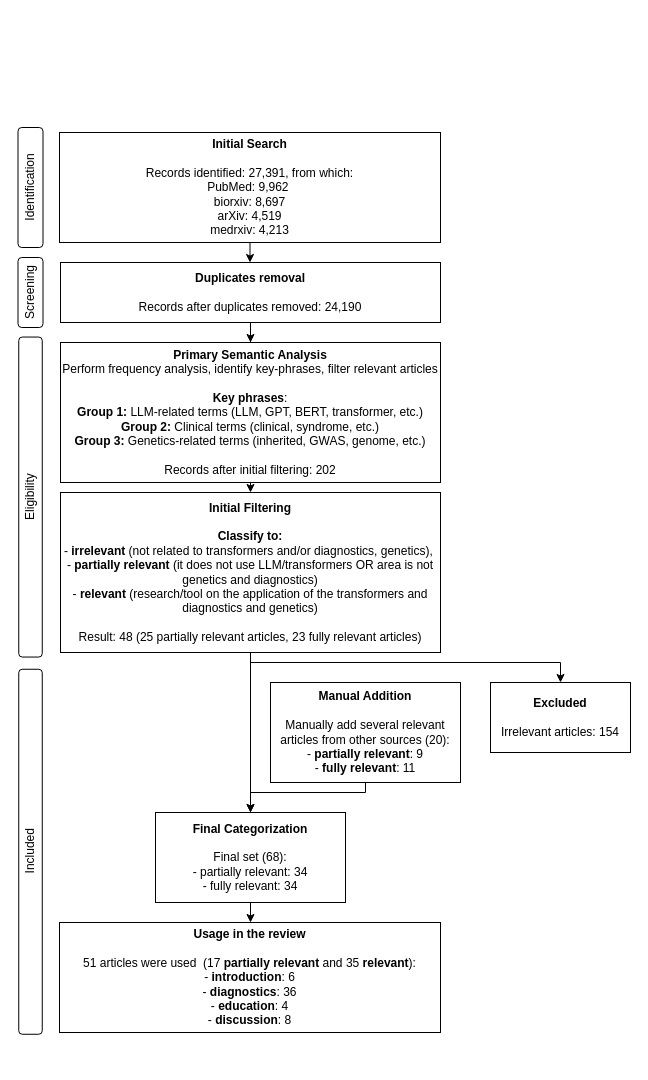
Before: imgs/workflow_LLM_bio.drawio in TohaRhymes/llm_in_diagnostics, a draw.io diagram. Source tidied: cells renumbered, new cells numbered last; positions are measured from the earlier drawing's top-left corner, leaving out a move shared by most shapes. Both pictures are drawn from the tidied source at 100%, with x=0, y=0 at pixel (-152, 132).
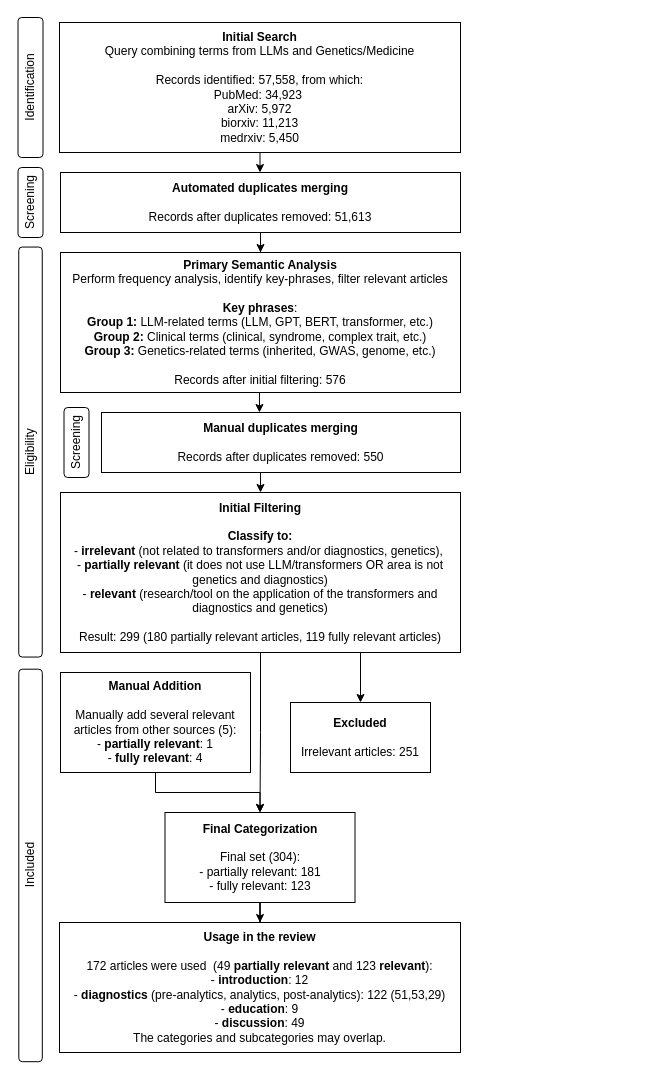
The same diagram, later.

Change to the diagram source:
```diff
@@
-    <mxCell id="2" style="edgeStyle=orthogonalEdgeStyle;rounded=0;jettySize=auto;html=1;" parent="1" edge="1" source="3" target="5">
-      <mxGeometry relative="1" as="geometry" />
-    </mxCell>
-    <mxCell id="3" value="&lt;b&gt;Initial Search&lt;/b&gt;&lt;div&gt;&lt;br&gt;&lt;/div&gt;&lt;div&gt;&lt;div&gt;&lt;span style=&quot;font-size: 12px;&quot;&gt;Records identified: 27,391, from which:&lt;/span&gt;&lt;/div&gt;&lt;div&gt;PubMed: 9,962&amp;nbsp;&lt;/div&gt;&lt;div&gt;biorxiv: 8,697&lt;/div&gt;&lt;div&gt;arXiv: 4,519&lt;/div&gt;&lt;div&gt;medrxiv: 4,213&lt;br&gt;&lt;/div&gt;&lt;/div&gt;" style="rounded=0;whiteSpace=wrap;html=1;" parent="1" vertex="1">
-      <mxGeometry x="211" width="381" height="110" as="geometry" />
-    </mxCell>
-    <mxCell id="4" style="edgeStyle=orthogonalEdgeStyle;rounded=0;jettySize=auto;html=1;entryX=0.5;entryY=0;entryDx=0;entryDy=0;" parent="1" edge="1" source="5" target="7">
-      <mxGeometry relative="1" as="geometry" />
-    </mxCell>
-    <mxCell id="5" value="&lt;b&gt;Duplicates removal&lt;/b&gt;&lt;div&gt;&lt;br&gt;&lt;/div&gt;&lt;div&gt;&lt;div&gt;&lt;span style=&quot;background-color: initial;&quot;&gt;Records after duplicates removed: 24,190&lt;/span&gt;&lt;br&gt;&lt;/div&gt;&lt;/div&gt;" style="rounded=0;whiteSpace=wrap;html=1;" parent="1" vertex="1">
-      <mxGeometry x="212" y="130" width="380" height="60" as="geometry" />
-    </mxCell>
-    <mxCell id="6" style="edgeStyle=orthogonalEdgeStyle;rounded=0;jettySize=auto;html=1;exitX=0.5;exitY=1;exitDx=0;exitDy=0;entryX=0.5;entryY=0;entryDx=0;entryDy=0;" parent="1" edge="1" source="7" target="9">
-      <mxGeometry relative="1" as="geometry" />
-    </mxCell>
-    <mxCell id="7" value="&lt;b&gt;Primary Semantic Analysis&lt;/b&gt;&lt;div&gt;&lt;div&gt;Perform frequency analysis, identify key-phrases, filter relevant articles&lt;/div&gt;&lt;div&gt;&lt;br&gt;&lt;/div&gt;&lt;div&gt;&lt;div&gt;&lt;b&gt;Key phrases&lt;/b&gt;:&lt;/div&gt;&lt;div&gt;&lt;b&gt;Group 1:&lt;/b&gt; LLM-related terms (LLM, GPT, BERT, transformer, etc.)&lt;/div&gt;&lt;div&gt;&lt;b&gt;Group 2:&lt;/b&gt; Clinical terms (clinical, syndrome, etc.)&lt;/div&gt;&lt;div&gt;&lt;b&gt;Group 3:&lt;/b&gt; Genetics-related terms (inherited, GWAS, genome, etc.)&lt;/div&gt;&lt;div&gt;&lt;br&gt;&lt;/div&gt;&lt;div&gt;Records after initial filtering: 202&lt;/div&gt;&lt;/div&gt;&lt;/div&gt;" style="rounded=0;whiteSpace=wrap;html=1;" parent="1" vertex="1">
-      <mxGeometry x="212" y="210" width="380" height="140" as="geometry" />
-    </mxCell>
-    <mxCell id="8" style="edgeStyle=orthogonalEdgeStyle;rounded=0;jettySize=auto;html=1;exitX=0.5;exitY=1;exitDx=0;exitDy=0;entryX=0.5;entryY=0;entryDx=0;entryDy=0;" parent="1" edge="1" source="9" target="11">
-      <mxGeometry relative="1" as="geometry" />
-    </mxCell>
-    <mxCell id="9" value="&lt;div&gt;&lt;b&gt;Initial Filtering&lt;/b&gt;&lt;br&gt;&lt;/div&gt;&lt;div&gt;&lt;b&gt;&lt;br&gt;&lt;/b&gt;&lt;/div&gt;&lt;div&gt;&lt;div&gt;&lt;b&gt;Classify to:&lt;/b&gt;&lt;/div&gt;&lt;div&gt;-&lt;b&gt; irrelevant&lt;/b&gt; (not related to transformers and/or diagnostics, genetics),&amp;nbsp;&lt;/div&gt;&lt;div&gt;-&lt;b&gt; partially relevant&lt;/b&gt; (it does not use LLM/transformers OR area is not genetics and diagnostics)&lt;/div&gt;&lt;div&gt;-&lt;b&gt; relevant&lt;/b&gt; (research/tool on the application of the transformers and diagnostics and genetics)&lt;/div&gt;&lt;div&gt;&lt;br&gt;&lt;/div&gt;&lt;div&gt;Result: 48 (25 partially relevant articles, 23 fully relevant articles)&lt;/div&gt;&lt;/div&gt;" style="rounded=0;whiteSpace=wrap;html=1;" parent="1" vertex="1">
-      <mxGeometry x="212" y="360" width="380" height="160" as="geometry" />
-    </mxCell>
-    <mxCell id="10" style="edgeStyle=orthogonalEdgeStyle;rounded=0;jettySize=auto;html=1;entryX=0.5;entryY=0;entryDx=0;entryDy=0;" parent="1" edge="1" source="11" target="14">
-      <mxGeometry relative="1" as="geometry" />
-    </mxCell>
-    <mxCell id="11" value="&lt;div&gt;&lt;b&gt;Final Categorization&lt;/b&gt;&lt;br&gt;&lt;/div&gt;&lt;div&gt;&lt;br&gt;&lt;/div&gt;&lt;div&gt;&lt;div&gt;&lt;span style=&quot;background-color: initial;&quot;&gt;Final set (68):&lt;/span&gt;&lt;/div&gt;&lt;div&gt;&lt;span style=&quot;background-color: initial;&quot;&gt;- partially relevant: 34&lt;/span&gt;&lt;/div&gt;&lt;div&gt;- fully relevant: 34&lt;/div&gt;&lt;/div&gt;" style="rounded=0;whiteSpace=wrap;html=1;" parent="1" vertex="1">
-      <mxGeometry x="307" y="680" width="190" height="90" as="geometry" />
-    </mxCell>
-    <mxCell id="12" style="edgeStyle=orthogonalEdgeStyle;rounded=0;jettySize=auto;html=1;entryX=0.5;entryY=0;entryDx=0;entryDy=0;exitX=0.5;exitY=1;exitDx=0;exitDy=0;" parent="1" edge="1" source="13" target="11">
-      <mxGeometry relative="1" as="geometry">
-        <Array as="points">
-          <mxPoint x="517" y="660" />
-          <mxPoint x="402" y="660" />
-        </Array>
-      </mxGeometry>
-    </mxCell>
-    <mxCell id="13" value="&lt;b&gt;Manual Addition&lt;/b&gt;&lt;br&gt;&lt;div&gt;&lt;br&gt;&lt;/div&gt;&lt;div&gt;&lt;div&gt;Manually add several relevant articles from other sources (20):&lt;/div&gt;&lt;/div&gt;&lt;div&gt;&lt;span style=&quot;background-color: initial;&quot;&gt;- &lt;b&gt;partially relevant&lt;/b&gt;: 9&lt;/span&gt;&lt;/div&gt;&lt;div&gt;- &lt;b&gt;fully relevant&lt;/b&gt;: 11&lt;/div&gt;" style="rounded=0;whiteSpace=wrap;html=1;" parent="1" vertex="1">
-      <mxGeometry x="422" y="550" width="190" height="100" as="geometry" />
-    </mxCell>
-    <mxCell id="14" value="&lt;div&gt;&lt;b&gt;Usage in the review&lt;/b&gt;&lt;/div&gt;&lt;div&gt;&lt;b&gt;&lt;br&gt;&lt;/b&gt;&lt;/div&gt;&lt;div&gt;&lt;div&gt;&lt;span style=&quot;background-color: initial;&quot;&gt;51 articles were used&amp;nbsp;&lt;/span&gt;&lt;span style=&quot;background-color: initial;&quot;&gt;&amp;nbsp;(17&amp;nbsp;&lt;b&gt;partially relevant&lt;/b&gt; and&amp;nbsp;&lt;/span&gt;&lt;span style=&quot;background-color: initial;&quot;&gt;35&lt;/span&gt;&lt;span style=&quot;background-color: initial;&quot;&gt;&amp;nbsp;&lt;/span&gt;&lt;b style=&quot;background-color: initial;&quot;&gt;relevant&lt;/b&gt;&lt;span style=&quot;background-color: initial;&quot;&gt;)&lt;/span&gt;&lt;span style=&quot;background-color: initial;&quot;&gt;:&lt;/span&gt;&lt;/div&gt;&lt;div&gt;&lt;span style=&quot;background-color: initial;&quot;&gt;- &lt;b&gt;introduction&lt;/b&gt;: 6&lt;/span&gt;&lt;/div&gt;&lt;div&gt;&lt;span style=&quot;background-color: initial;&quot;&gt;- &lt;b&gt;diagnostics&lt;/b&gt;: 36&lt;/span&gt;&lt;/div&gt;&lt;div&gt;-&lt;b&gt; education&lt;/b&gt;: 4&lt;/div&gt;&lt;/div&gt;&lt;div&gt;- &lt;b&gt;discussion&lt;/b&gt;: 8&lt;/div&gt;" style="rounded=0;whiteSpace=wrap;html=1;" parent="1" vertex="1">
-      <mxGeometry x="211" y="790" width="381" height="110" as="geometry" />
-    </mxCell>
+    <mxCell id="21" style="edgeStyle=orthogonalEdgeStyle;rounded=0;jettySize=auto;html=1;" parent="1" edge="1" source="22" target="24">
+      <mxGeometry relative="1" as="geometry" />
+    </mxCell>
+    <mxCell id="22" value="&lt;b&gt;Initial Search&lt;/b&gt;&lt;div&gt;Query combining terms from LLMs and Genetics/Medicine&lt;br&gt;&lt;div&gt;&lt;br&gt;&lt;/div&gt;&lt;div&gt;&lt;div&gt;&lt;span style=&quot;font-size: 12px;&quot;&gt;Records identified: 57,558, from which:&lt;/span&gt;&lt;/div&gt;&lt;div&gt;PubMed: 34,923&amp;nbsp;&lt;/div&gt;&lt;div&gt;arXiv: 5,972&lt;/div&gt;biorxiv: 11,213&lt;div&gt;medrxiv: 5,450&lt;br&gt;&lt;/div&gt;&lt;/div&gt;&lt;/div&gt;" style="rounded=0;whiteSpace=wrap;html=1;" parent="1" vertex="1">
+      <mxGeometry x="211" y="-110" width="401" height="130" as="geometry" />
+    </mxCell>
+    <mxCell id="23" style="edgeStyle=orthogonalEdgeStyle;rounded=0;jettySize=auto;html=1;entryX=0.5;entryY=0;entryDx=0;entryDy=0;" parent="1" edge="1" source="24" target="26">
+      <mxGeometry relative="1" as="geometry" />
+    </mxCell>
+    <mxCell id="24" value="&lt;b&gt;Automated duplicates merging&lt;/b&gt;&lt;div&gt;&lt;br&gt;&lt;/div&gt;&lt;div&gt;&lt;div&gt;&lt;span style=&quot;background-color: initial;&quot;&gt;Records after duplicates removed: 51,613&lt;/span&gt;&lt;br&gt;&lt;/div&gt;&lt;/div&gt;" style="rounded=0;whiteSpace=wrap;html=1;" parent="1" vertex="1">
+      <mxGeometry x="212" y="40" width="400" height="60" as="geometry" />
+    </mxCell>
+    <mxCell id="25" style="edgeStyle=orthogonalEdgeStyle;rounded=0;jettySize=auto;html=1;exitX=0.5;exitY=1;exitDx=0;exitDy=0;entryX=0.44;entryY=0;entryDx=0;entryDy=0;entryPerimeter=0;" parent="1" edge="1" target="38">
+      <mxGeometry relative="1" as="geometry">
+        <mxPoint x="403" y="250" as="sourcePoint" />
+      </mxGeometry>
+    </mxCell>
+    <mxCell id="26" value="&lt;b&gt;Primary Semantic Analysis&lt;/b&gt;&lt;div&gt;&lt;div&gt;Perform frequency analysis, identify key-phrases, filter relevant articles&lt;/div&gt;&lt;div&gt;&lt;br&gt;&lt;/div&gt;&lt;div&gt;&lt;div&gt;&lt;b&gt;Key phrases&lt;/b&gt;:&lt;/div&gt;&lt;div&gt;&lt;b&gt;Group 1:&lt;/b&gt; LLM-related terms (LLM, GPT, BERT, transformer, etc.)&lt;/div&gt;&lt;div&gt;&lt;b&gt;Group 2:&lt;/b&gt; Clinical terms (clinical, syndrome, complex trait, etc.)&lt;/div&gt;&lt;div&gt;&lt;b&gt;Group 3:&lt;/b&gt; Genetics-related terms (inherited, GWAS, genome, etc.)&lt;/div&gt;&lt;div&gt;&lt;br&gt;&lt;/div&gt;&lt;div&gt;Records after initial filtering: 576&lt;/div&gt;&lt;/div&gt;&lt;/div&gt;" style="rounded=0;whiteSpace=wrap;html=1;" parent="1" vertex="1">
+      <mxGeometry x="212" y="120" width="400" height="140" as="geometry" />
+    </mxCell>
+    <mxCell id="27" style="edgeStyle=orthogonalEdgeStyle;rounded=0;jettySize=auto;html=1;exitX=0.5;exitY=1;exitDx=0;exitDy=0;entryX=0.5;entryY=0;entryDx=0;entryDy=0;" parent="1" edge="1" source="29" target="31">
+      <mxGeometry relative="1" as="geometry" />
+    </mxCell>
+    <mxCell id="28" style="edgeStyle=orthogonalEdgeStyle;rounded=0;jettySize=auto;html=1;exitX=0.75;exitY=1;exitDx=0;exitDy=0;entryX=0.5;entryY=0;entryDx=0;entryDy=0;" parent="1" edge="1" source="29" target="36">
+      <mxGeometry relative="1" as="geometry" />
+    </mxCell>
+    <mxCell id="29" value="&lt;div&gt;&lt;b&gt;Initial Filtering&lt;/b&gt;&lt;br&gt;&lt;/div&gt;&lt;div&gt;&lt;b&gt;&lt;br&gt;&lt;/b&gt;&lt;/div&gt;&lt;div&gt;&lt;div&gt;&lt;b&gt;Classify to:&lt;/b&gt;&lt;/div&gt;&lt;div&gt;-&lt;b&gt; irrelevant&lt;/b&gt; (not related to transformers and/or diagnostics, genetics),&amp;nbsp;&lt;/div&gt;&lt;div&gt;-&lt;b&gt; partially relevant&lt;/b&gt; (it does not use LLM/transformers OR area is not genetics and diagnostics)&lt;/div&gt;&lt;div&gt;-&lt;b&gt; relevant&lt;/b&gt; (research/tool on the application of the transformers and diagnostics and genetics)&lt;/div&gt;&lt;div&gt;&lt;br&gt;&lt;/div&gt;&lt;div&gt;Result: 299 (180 partially relevant articles, 119 fully relevant articles)&lt;/div&gt;&lt;/div&gt;" style="rounded=0;whiteSpace=wrap;html=1;" parent="1" vertex="1">
+      <mxGeometry x="212" y="360" width="400" height="160" as="geometry" />
+    </mxCell>
+    <mxCell id="30" style="edgeStyle=orthogonalEdgeStyle;rounded=0;jettySize=auto;html=1;entryX=0.5;entryY=0;entryDx=0;entryDy=0;" parent="1" edge="1" source="31" target="34">
+      <mxGeometry relative="1" as="geometry" />
+    </mxCell>
+    <mxCell id="31" value="&lt;div&gt;&lt;b&gt;Final Categorization&lt;/b&gt;&lt;br&gt;&lt;/div&gt;&lt;div&gt;&lt;br&gt;&lt;/div&gt;&lt;div&gt;&lt;div&gt;&lt;span style=&quot;background-color: initial;&quot;&gt;Final set (304):&lt;/span&gt;&lt;/div&gt;&lt;div&gt;&lt;span style=&quot;background-color: initial;&quot;&gt;- partially relevant: 181&lt;/span&gt;&lt;/div&gt;&lt;div&gt;- fully relevant: 123&lt;/div&gt;&lt;/div&gt;" style="rounded=0;whiteSpace=wrap;html=1;" parent="1" vertex="1">
+      <mxGeometry x="316.5" y="680" width="190" height="90" as="geometry" />
+    </mxCell>
+    <mxCell id="32" style="edgeStyle=orthogonalEdgeStyle;rounded=0;jettySize=auto;html=1;entryX=0.5;entryY=0;entryDx=0;entryDy=0;" parent="1" edge="1" source="33" target="31">
+      <mxGeometry relative="1" as="geometry" />
+    </mxCell>
+    <mxCell id="33" value="&lt;b&gt;Manual Addition&lt;/b&gt;&lt;br&gt;&lt;div&gt;&lt;br&gt;&lt;/div&gt;&lt;div&gt;&lt;div&gt;Manually add several relevant articles from other sources (5):&lt;/div&gt;&lt;/div&gt;&lt;div&gt;&lt;span style=&quot;background-color: initial;&quot;&gt;- &lt;b&gt;partially relevant&lt;/b&gt;: 1&lt;/span&gt;&lt;/div&gt;&lt;div&gt;- &lt;b&gt;fully relevant&lt;/b&gt;: 4&lt;/div&gt;" style="rounded=0;whiteSpace=wrap;html=1;" parent="1" vertex="1">
+      <mxGeometry x="212" y="540" width="190" height="100" as="geometry" />
+    </mxCell>
+    <mxCell id="34" value="&lt;div&gt;&lt;b&gt;Usage in the review&lt;/b&gt;&lt;/div&gt;&lt;div&gt;&lt;b&gt;&lt;br&gt;&lt;/b&gt;&lt;/div&gt;&lt;div&gt;&lt;div&gt;&lt;span style=&quot;background-color: initial;&quot;&gt;172 articles were used&amp;nbsp;&lt;/span&gt;&lt;span style=&quot;background-color: initial;&quot;&gt;&amp;nbsp;(49&amp;nbsp;&lt;b&gt;partially relevant&lt;/b&gt; and 123&lt;/span&gt;&lt;span style=&quot;background-color: initial;&quot;&gt;&amp;nbsp;&lt;/span&gt;&lt;b style=&quot;background-color: initial;&quot;&gt;relevant&lt;/b&gt;&lt;span style=&quot;background-color: initial;&quot;&gt;)&lt;/span&gt;&lt;span style=&quot;background-color: initial;&quot;&gt;:&lt;/span&gt;&lt;/div&gt;&lt;div&gt;&lt;span style=&quot;background-color: initial;&quot;&gt;- &lt;b&gt;introduction&lt;/b&gt;: 12&lt;/span&gt;&lt;/div&gt;&lt;div&gt;&lt;span style=&quot;background-color: initial;&quot;&gt;- &lt;b&gt;diagnostics &lt;/b&gt;(pre-analytics, analytics, post-analytics): 122 (51,53,29)&lt;/span&gt;&lt;/div&gt;&lt;div&gt;-&lt;b&gt; education&lt;/b&gt;: 9&lt;/div&gt;&lt;/div&gt;&lt;div&gt;- &lt;b&gt;discussion&lt;/b&gt;: 49&lt;/div&gt;&lt;div&gt;The categories and subcategories may overlap.&lt;/div&gt;" style="rounded=0;whiteSpace=wrap;html=1;" parent="1" vertex="1">
+      <mxGeometry x="211" y="790" width="401" height="130" as="geometry" />
+    </mxCell>
     <mxCell id="15" value="Identification" style="rounded=1;whiteSpace=wrap;html=1;rotation=-90;" parent="1" vertex="1">
-      <mxGeometry x="122" y="42.5" width="120" height="25" as="geometry" />
+      <mxGeometry x="112" y="-57.5" width="140" height="25" as="geometry" />
     </mxCell>
-    <mxCell id="16" value="Screening" style="rounded=1;whiteSpace=wrap;html=1;rotation=-90;" parent="1" vertex="1">
-      <mxGeometry x="147" y="147.5" width="70" height="25" as="geometry" />
-    </mxCell>
+    <mxCell id="35" value="Screening" style="rounded=1;whiteSpace=wrap;html=1;rotation=-90;" parent="1" vertex="1">
+      <mxGeometry x="147" y="57.5" width="70" height="25" as="geometry" />
+    </mxCell>
     <mxCell id="17" value="Eligibility" style="rounded=1;whiteSpace=wrap;html=1;rotation=-90;" parent="1" vertex="1">
-      <mxGeometry x="22" y="352.8" width="320" height="23.5" as="geometry" />
+      <mxGeometry x="-23" y="307.8" width="410" height="23.5" as="geometry" />
     </mxCell>
     <mxCell id="18" value="Included" style="rounded=1;whiteSpace=wrap;html=1;rotation=-90;" parent="1" vertex="1">
-      <mxGeometry x="-0.5" y="707.5" width="365" height="23.5" as="geometry" />
+      <mxGeometry x="-14.2" y="721.2" width="392.5" height="23.5" as="geometry" />
     </mxCell>
-    <mxCell id="19" style="edgeStyle=orthogonalEdgeStyle;rounded=0;jettySize=auto;html=1;exitX=0.5;exitY=1;exitDx=0;exitDy=0;entryX=0.5;entryY=0;entryDx=0;entryDy=0;" parent="1" edge="1" source="9" target="20">
-      <mxGeometry relative="1" as="geometry">
-        <Array as="points">
-          <mxPoint x="402" y="530" />
-          <mxPoint x="712" y="530" />
-          <mxPoint x="712" y="550" />
-        </Array>
-      </mxGeometry>
-    </mxCell>
-    <mxCell id="20" value="&lt;b&gt;Excluded&lt;/b&gt;&lt;br&gt;&lt;div&gt;&lt;br&gt;&lt;/div&gt;&lt;div&gt;&lt;div&gt;Irrelevant articles: 154&lt;/div&gt;&lt;/div&gt;" style="rounded=0;whiteSpace=wrap;html=1;" parent="1" vertex="1">
-      <mxGeometry x="642" y="550" width="140" height="70" as="geometry" />
-    </mxCell>
+    <mxCell id="36" value="&lt;b&gt;Excluded&lt;/b&gt;&lt;br&gt;&lt;div&gt;&lt;br&gt;&lt;/div&gt;&lt;div&gt;&lt;div&gt;Irrelevant articles: 251&lt;/div&gt;&lt;/div&gt;" style="rounded=0;whiteSpace=wrap;html=1;" parent="1" vertex="1">
+      <mxGeometry x="442" y="570" width="140" height="70" as="geometry" />
+    </mxCell>
+    <mxCell id="37" style="edgeStyle=orthogonalEdgeStyle;rounded=0;jettySize=auto;html=1;exitX=0.5;exitY=1;exitDx=0;exitDy=0;entryX=0.5;entryY=0;entryDx=0;entryDy=0;" parent="1" edge="1" source="38" target="29">
+      <mxGeometry relative="1" as="geometry" />
+    </mxCell>
+    <mxCell id="38" value="&lt;b&gt;Manual duplicates merging&lt;/b&gt;&lt;div&gt;&lt;br&gt;&lt;/div&gt;&lt;div&gt;&lt;div&gt;&lt;span style=&quot;background-color: initial;&quot;&gt;Records after duplicates removed: 550&lt;/span&gt;&lt;br&gt;&lt;/div&gt;&lt;/div&gt;" style="rounded=0;whiteSpace=wrap;html=1;" parent="1" vertex="1">
+      <mxGeometry x="253" y="280" width="359" height="60" as="geometry" />
+    </mxCell>
+    <mxCell id="39" value="Screening" style="rounded=1;whiteSpace=wrap;html=1;rotation=-90;" parent="1" vertex="1">
+      <mxGeometry x="193" y="297.5" width="70" height="25" as="geometry" />
+    </mxCell>
```
